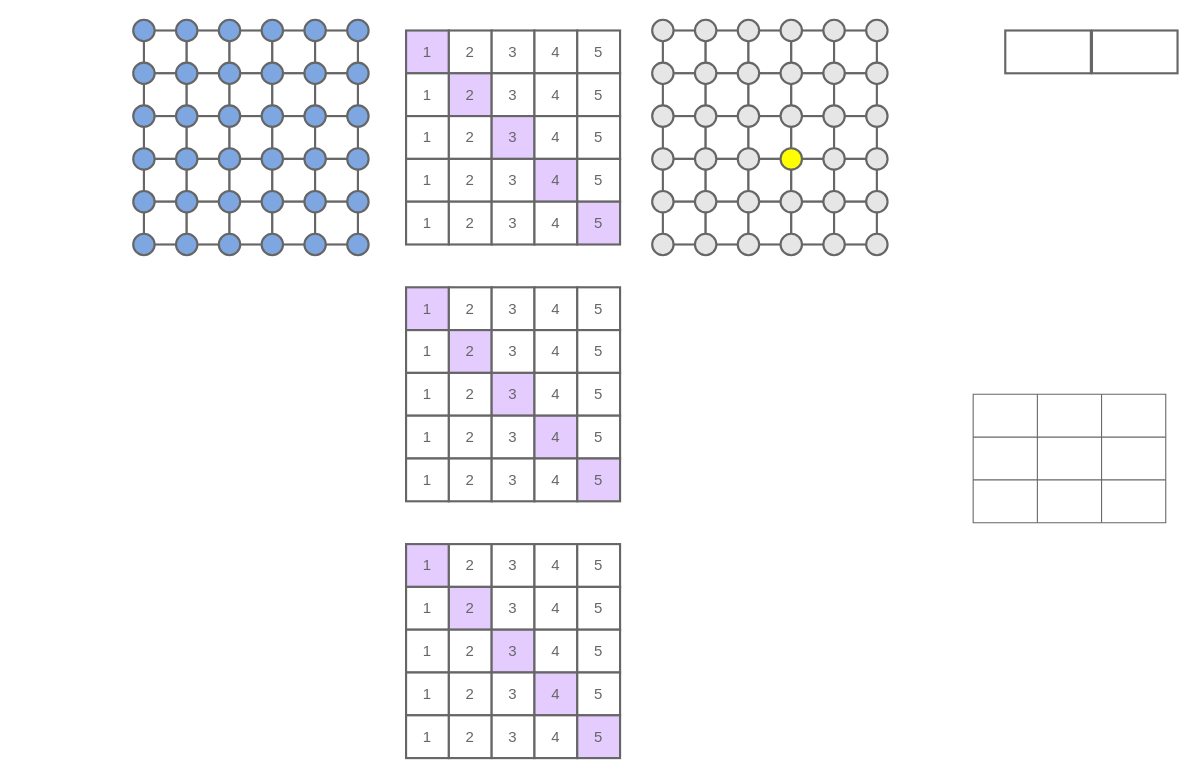
The draw.io diagram figures/repeated-cross-validation-scheme.drawio in gomesluiz/long-lived-bug-bert-based-prediction, before the edit. Source tidied: cells renumbered, new cells numbered last; positions are measured from the earlier drawing's top-left corner, leaving out a move shared by most shapes. Both pictures are drawn from the tidied source at 107%, with x=0, y=0 at pixel (133, 19).
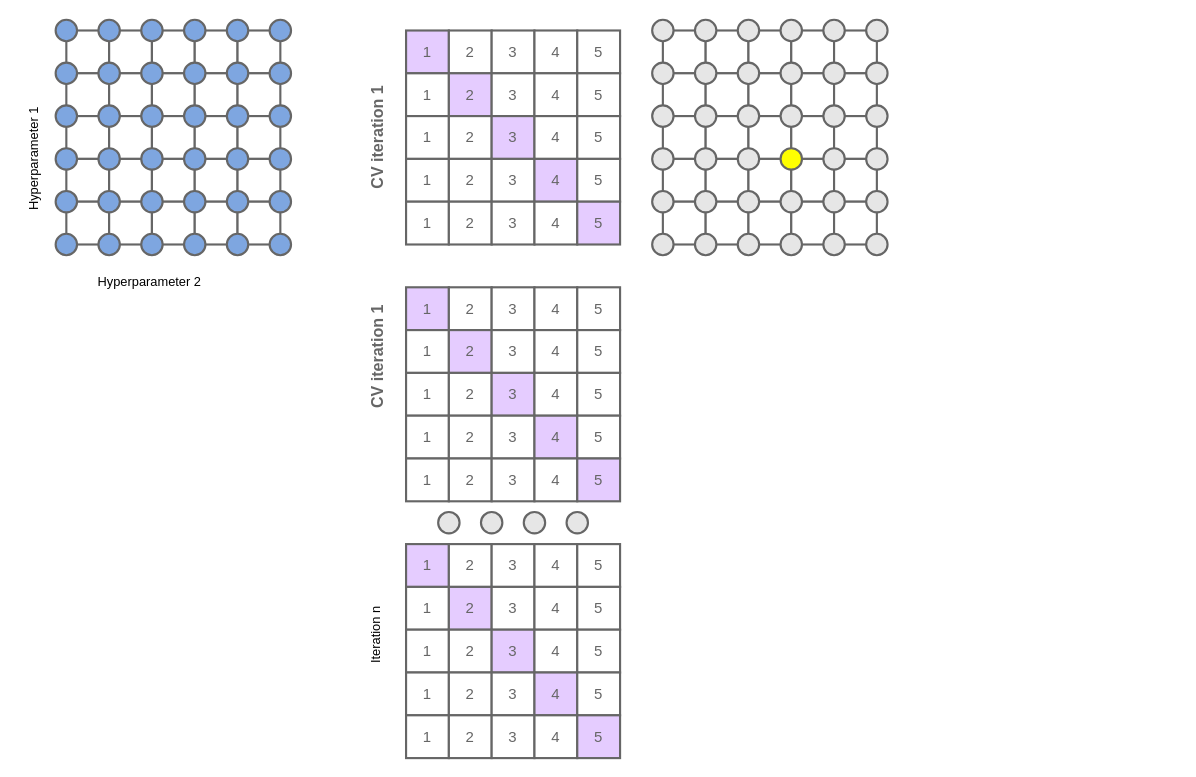
The same page after the edit.

Change to the diagram source:
```diff
@@
     <mxCell id="2" style="whiteSpace=wrap;html=1;strokeColor=#666666;strokeWidth=2;" parent="1" vertex="1">
-      <mxGeometry x="10" y="10" width="40" height="40" as="geometry" />
+      <mxGeometry x="-62.5" y="10" width="40" height="40" as="geometry" />
     </mxCell>
     <mxCell id="3" style="whiteSpace=wrap;html=1;strokeColor=#666666;strokeWidth=2;" parent="1" vertex="1">
-      <mxGeometry x="50" y="10" width="40" height="40" as="geometry" />
+      <mxGeometry x="-22.5" y="10" width="40" height="40" as="geometry" />
     </mxCell>
     <mxCell id="4" style="whiteSpace=wrap;html=1;strokeColor=#666666;strokeWidth=2;" parent="1" vertex="1">
-      <mxGeometry x="90" y="10" width="40" height="40" as="geometry" />
+      <mxGeometry x="17.5" y="10" width="40" height="40" as="geometry" />
     </mxCell>
     <mxCell id="5" style="whiteSpace=wrap;html=1;strokeColor=#666666;strokeWidth=2;" parent="1" vertex="1">
-      <mxGeometry x="130" y="10" width="40" height="40" as="geometry" />
+      <mxGeometry x="57.5" y="10" width="40" height="40" as="geometry" />
     </mxCell>
     <mxCell id="6" style="whiteSpace=wrap;html=1;strokeColor=#666666;strokeWidth=2;" parent="1" vertex="1">
-      <mxGeometry x="170" y="10" width="40" height="40" as="geometry" />
+      <mxGeometry x="97.5" y="10" width="40" height="40" as="geometry" />
     </mxCell>
     <mxCell id="7" style="whiteSpace=wrap;html=1;strokeColor=#666666;strokeWidth=2;" parent="1" vertex="1">
-      <mxGeometry x="10" y="50" width="40" height="40" as="geometry" />
+      <mxGeometry x="-62.5" y="50" width="40" height="40" as="geometry" />
     </mxCell>
     <mxCell id="8" style="whiteSpace=wrap;html=1;strokeColor=#666666;strokeWidth=2;" parent="1" vertex="1">
-      <mxGeometry x="50" y="50" width="40" height="40" as="geometry" />
+      <mxGeometry x="-22.5" y="50" width="40" height="40" as="geometry" />
     </mxCell>
     <mxCell id="9" style="whiteSpace=wrap;html=1;strokeColor=#666666;strokeWidth=2;" parent="1" vertex="1">
-      <mxGeometry x="90" y="50" width="40" height="40" as="geometry" />
+      <mxGeometry x="17.5" y="50" width="40" height="40" as="geometry" />
     </mxCell>
     <mxCell id="10" style="whiteSpace=wrap;html=1;strokeColor=#666666;strokeWidth=2;" parent="1" vertex="1">
-      <mxGeometry x="130" y="50" width="40" height="40" as="geometry" />
+      <mxGeometry x="57.5" y="50" width="40" height="40" as="geometry" />
     </mxCell>
     <mxCell id="11" style="whiteSpace=wrap;html=1;strokeColor=#666666;strokeWidth=2;" parent="1" vertex="1">
-      <mxGeometry x="170" y="50" width="40" height="40" as="geometry" />
+      <mxGeometry x="97.5" y="50" width="40" height="40" as="geometry" />
     </mxCell>
     <mxCell id="12" style="whiteSpace=wrap;html=1;strokeColor=#666666;strokeWidth=2;" parent="1" vertex="1">
-      <mxGeometry x="10" y="90" width="40" height="40" as="geometry" />
+      <mxGeometry x="-62.5" y="90" width="40" height="40" as="geometry" />
     </mxCell>
     <mxCell id="13" style="whiteSpace=wrap;html=1;strokeColor=#666666;strokeWidth=2;" parent="1" vertex="1">
-      <mxGeometry x="50" y="90" width="40" height="40" as="geometry" />
+      <mxGeometry x="-22.5" y="90" width="40" height="40" as="geometry" />
     </mxCell>
     <mxCell id="14" style="whiteSpace=wrap;html=1;strokeColor=#666666;strokeWidth=2;" parent="1" vertex="1">
-      <mxGeometry x="90" y="90" width="40" height="40" as="geometry" />
+      <mxGeometry x="17.5" y="90" width="40" height="40" as="geometry" />
     </mxCell>
     <mxCell id="15" style="whiteSpace=wrap;html=1;strokeColor=#666666;strokeWidth=2;" parent="1" vertex="1">
-      <mxGeometry x="130" y="90" width="40" height="40" as="geometry" />
+      <mxGeometry x="57.5" y="90" width="40" height="40" as="geometry" />
     </mxCell>
     <mxCell id="16" style="whiteSpace=wrap;html=1;strokeColor=#666666;strokeWidth=2;" parent="1" vertex="1">
-      <mxGeometry x="170" y="90" width="40" height="40" as="geometry" />
+      <mxGeometry x="97.5" y="90" width="40" height="40" as="geometry" />
     </mxCell>
     <mxCell id="17" style="whiteSpace=wrap;html=1;strokeColor=#666666;strokeWidth=2;" parent="1" vertex="1">
-      <mxGeometry x="10" y="130" width="40" height="40" as="geometry" />
+      <mxGeometry x="-62.5" y="130" width="40" height="40" as="geometry" />
     </mxCell>
     <mxCell id="18" style="whiteSpace=wrap;html=1;strokeColor=#666666;strokeWidth=2;" parent="1" vertex="1">
-      <mxGeometry x="50" y="130" width="40" height="40" as="geometry" />
+      <mxGeometry x="-22.5" y="130" width="40" height="40" as="geometry" />
     </mxCell>
     <mxCell id="19" style="whiteSpace=wrap;html=1;strokeColor=#666666;strokeWidth=2;" parent="1" vertex="1">
-      <mxGeometry x="90" y="130" width="40" height="40" as="geometry" />
+      <mxGeometry x="17.5" y="130" width="40" height="40" as="geometry" />
     </mxCell>
     <mxCell id="20" style="whiteSpace=wrap;html=1;strokeColor=#666666;strokeWidth=2;" parent="1" vertex="1">
-      <mxGeometry x="130" y="130" width="40" height="40" as="geometry" />
+      <mxGeometry x="57.5" y="130" width="40" height="40" as="geometry" />
     </mxCell>
     <mxCell id="21" style="whiteSpace=wrap;html=1;strokeColor=#666666;strokeWidth=2;" parent="1" vertex="1">
-      <mxGeometry x="170" y="130" width="40" height="40" as="geometry" />
+      <mxGeometry x="97.5" y="130" width="40" height="40" as="geometry" />
     </mxCell>
     <mxCell id="22" style="whiteSpace=wrap;html=1;strokeColor=#666666;strokeWidth=2;" parent="1" vertex="1">
-      <mxGeometry x="10" y="170" width="40" height="40" as="geometry" />
+      <mxGeometry x="-62.5" y="170" width="40" height="40" as="geometry" />
     </mxCell>
     <mxCell id="23" style="whiteSpace=wrap;html=1;strokeColor=#666666;strokeWidth=2;" parent="1" vertex="1">
-      <mxGeometry x="50" y="170" width="40" height="40" as="geometry" />
+      <mxGeometry x="-22.5" y="170" width="40" height="40" as="geometry" />
     </mxCell>
     <mxCell id="24" style="whiteSpace=wrap;html=1;strokeColor=#666666;strokeWidth=2;" parent="1" vertex="1">
-      <mxGeometry x="90" y="170" width="40" height="40" as="geometry" />
+      <mxGeometry x="17.5" y="170" width="40" height="40" as="geometry" />
     </mxCell>
     <mxCell id="25" style="whiteSpace=wrap;html=1;strokeColor=#666666;strokeWidth=2;" parent="1" vertex="1">
-      <mxGeometry x="130" y="170" width="40" height="40" as="geometry" />
+      <mxGeometry x="57.5" y="170" width="40" height="40" as="geometry" />
     </mxCell>
     <mxCell id="26" style="whiteSpace=wrap;html=1;strokeColor=#666666;strokeWidth=2;" parent="1" vertex="1">
-      <mxGeometry x="170" y="170" width="40" height="40" as="geometry" />
+      <mxGeometry x="97.5" y="170" width="40" height="40" as="geometry" />
     </mxCell>
     <mxCell id="27" style="ellipse;whiteSpace=wrap;html=1;strokeColor=#666666;fillColor=#7EA6E0;strokeWidth=2;" parent="1" vertex="1">
-      <mxGeometry x="40" y="40" width="20" height="20" as="geometry" />
+      <mxGeometry x="-32.5" y="40" width="20" height="20" as="geometry" />
     </mxCell>
     <mxCell id="28" style="ellipse;whiteSpace=wrap;html=1;strokeColor=#666666;fillColor=#7EA6E0;strokeWidth=2;" parent="1" vertex="1">
-      <mxGeometry x="80" y="40" width="20" height="20" as="geometry" />
+      <mxGeometry x="7.5" y="40" width="20" height="20" as="geometry" />
     </mxCell>
     <mxCell id="29" style="ellipse;whiteSpace=wrap;html=1;strokeColor=#666666;fillColor=#7EA6E0;strokeWidth=2;" parent="1" vertex="1">
-      <mxGeometry x="120" y="40" width="20" height="20" as="geometry" />
+      <mxGeometry x="47.5" y="40" width="20" height="20" as="geometry" />
     </mxCell>
     <mxCell id="30" style="ellipse;whiteSpace=wrap;html=1;strokeColor=#666666;fillColor=#7EA6E0;strokeWidth=2;" parent="1" vertex="1">
-      <mxGeometry x="160" y="40" width="20" height="20" as="geometry" />
+      <mxGeometry x="87.5" y="40" width="20" height="20" as="geometry" />
     </mxCell>
     <mxCell id="31" style="ellipse;whiteSpace=wrap;html=1;strokeColor=#666666;fillColor=#7EA6E0;strokeWidth=2;" parent="1" vertex="1">
-      <mxGeometry x="200" y="40" width="20" height="20" as="geometry" />
+      <mxGeometry x="127.5" y="40" width="20" height="20" as="geometry" />
     </mxCell>
     <mxCell id="32" style="ellipse;whiteSpace=wrap;html=1;strokeColor=#666666;fillColor=#7EA6E0;strokeWidth=2;" parent="1" vertex="1">
-      <mxGeometry y="40" width="20" height="20" as="geometry" />
+      <mxGeometry x="-72.5" y="40" width="20" height="20" as="geometry" />
     </mxCell>
     <mxCell id="33" style="ellipse;whiteSpace=wrap;html=1;strokeColor=#666666;fillColor=#7EA6E0;strokeWidth=2;" parent="1" vertex="1">
-      <mxGeometry x="40" y="80" width="20" height="20" as="geometry" />
+      <mxGeometry x="-32.5" y="80" width="20" height="20" as="geometry" />
     </mxCell>
     <mxCell id="34" style="ellipse;whiteSpace=wrap;html=1;strokeColor=#666666;fillColor=#7EA6E0;strokeWidth=2;" parent="1" vertex="1">
-      <mxGeometry x="80" y="80" width="20" height="20" as="geometry" />
+      <mxGeometry x="7.5" y="80" width="20" height="20" as="geometry" />
     </mxCell>
     <mxCell id="35" style="ellipse;whiteSpace=wrap;html=1;strokeColor=#666666;fillColor=#7EA6E0;strokeWidth=2;" parent="1" vertex="1">
-      <mxGeometry x="120" y="80" width="20" height="20" as="geometry" />
+      <mxGeometry x="47.5" y="80" width="20" height="20" as="geometry" />
     </mxCell>
     <mxCell id="36" style="ellipse;whiteSpace=wrap;html=1;strokeColor=#666666;fillColor=#7EA6E0;strokeWidth=2;" parent="1" vertex="1">
-      <mxGeometry x="160" y="80" width="20" height="20" as="geometry" />
+      <mxGeometry x="87.5" y="80" width="20" height="20" as="geometry" />
     </mxCell>
     <mxCell id="37" style="ellipse;whiteSpace=wrap;html=1;strokeColor=#666666;fillColor=#7EA6E0;strokeWidth=2;" parent="1" vertex="1">
-      <mxGeometry x="200" y="80" width="20" height="20" as="geometry" />
+      <mxGeometry x="127.5" y="80" width="20" height="20" as="geometry" />
     </mxCell>
     <mxCell id="38" style="ellipse;whiteSpace=wrap;html=1;strokeColor=#666666;fillColor=#7EA6E0;strokeWidth=2;" parent="1" vertex="1">
-      <mxGeometry y="80" width="20" height="20" as="geometry" />
+      <mxGeometry x="-72.5" y="80" width="20" height="20" as="geometry" />
     </mxCell>
     <mxCell id="39" style="ellipse;whiteSpace=wrap;html=1;strokeColor=#666666;fillColor=#7EA6E0;strokeWidth=2;" parent="1" vertex="1">
-      <mxGeometry x="40" y="120" width="20" height="20" as="geometry" />
+      <mxGeometry x="-32.5" y="120" width="20" height="20" as="geometry" />
     </mxCell>
     <mxCell id="40" style="ellipse;whiteSpace=wrap;html=1;strokeColor=#666666;fillColor=#7EA6E0;strokeWidth=2;" parent="1" vertex="1">
-      <mxGeometry x="80" y="120" width="20" height="20" as="geometry" />
+      <mxGeometry x="7.5" y="120" width="20" height="20" as="geometry" />
     </mxCell>
     <mxCell id="41" style="ellipse;whiteSpace=wrap;html=1;strokeColor=#666666;fillColor=#7EA6E0;strokeWidth=2;" parent="1" vertex="1">
-      <mxGeometry x="120" y="120" width="20" height="20" as="geometry" />
+      <mxGeometry x="47.5" y="120" width="20" height="20" as="geometry" />
     </mxCell>
     <mxCell id="42" style="ellipse;whiteSpace=wrap;html=1;strokeColor=#666666;fillColor=#7EA6E0;strokeWidth=2;" parent="1" vertex="1">
-      <mxGeometry x="160" y="120" width="20" height="20" as="geometry" />
+      <mxGeometry x="87.5" y="120" width="20" height="20" as="geometry" />
     </mxCell>
     <mxCell id="43" style="ellipse;whiteSpace=wrap;html=1;strokeColor=#666666;fillColor=#7EA6E0;strokeWidth=2;" parent="1" vertex="1">
-      <mxGeometry x="200" y="120" width="20" height="20" as="geometry" />
+      <mxGeometry x="127.5" y="120" width="20" height="20" as="geometry" />
     </mxCell>
     <mxCell id="44" style="ellipse;whiteSpace=wrap;html=1;strokeColor=#666666;fillColor=#7EA6E0;strokeWidth=2;" parent="1" vertex="1">
-      <mxGeometry y="120" width="20" height="20" as="geometry" />
+      <mxGeometry x="-72.5" y="120" width="20" height="20" as="geometry" />
     </mxCell>
     <mxCell id="45" style="ellipse;whiteSpace=wrap;html=1;strokeColor=#666666;fillColor=#7EA6E0;strokeWidth=2;" parent="1" vertex="1">
-      <mxGeometry x="40" y="160" width="20" height="20" as="geometry" />
+      <mxGeometry x="-32.5" y="160" width="20" height="20" as="geometry" />
     </mxCell>
     <mxCell id="46" style="ellipse;whiteSpace=wrap;html=1;strokeColor=#666666;fillColor=#7EA6E0;strokeWidth=2;" parent="1" vertex="1">
-      <mxGeometry x="80" y="160" width="20" height="20" as="geometry" />
+      <mxGeometry x="7.5" y="160" width="20" height="20" as="geometry" />
     </mxCell>
     <mxCell id="47" style="ellipse;whiteSpace=wrap;html=1;strokeColor=#666666;fillColor=#7EA6E0;strokeWidth=2;" parent="1" vertex="1">
-      <mxGeometry x="120" y="160" width="20" height="20" as="geometry" />
+      <mxGeometry x="47.5" y="160" width="20" height="20" as="geometry" />
     </mxCell>
     <mxCell id="48" style="ellipse;whiteSpace=wrap;html=1;strokeColor=#666666;fillColor=#7EA6E0;strokeWidth=2;" parent="1" vertex="1">
-      <mxGeometry x="160" y="160" width="20" height="20" as="geometry" />
+      <mxGeometry x="87.5" y="160" width="20" height="20" as="geometry" />
     </mxCell>
     <mxCell id="49" style="ellipse;whiteSpace=wrap;html=1;strokeColor=#666666;fillColor=#7EA6E0;strokeWidth=2;" parent="1" vertex="1">
-      <mxGeometry x="200" y="160" width="20" height="20" as="geometry" />
+      <mxGeometry x="127.5" y="160" width="20" height="20" as="geometry" />
     </mxCell>
     <mxCell id="50" style="ellipse;whiteSpace=wrap;html=1;strokeColor=#666666;fillColor=#7EA6E0;strokeWidth=2;" parent="1" vertex="1">
-      <mxGeometry y="160" width="20" height="20" as="geometry" />
+      <mxGeometry x="-72.5" y="160" width="20" height="20" as="geometry" />
     </mxCell>
     <mxCell id="51" style="ellipse;whiteSpace=wrap;html=1;strokeColor=#666666;fillColor=#7EA6E0;strokeWidth=2;" parent="1" vertex="1">
-      <mxGeometry x="40" y="200" width="20" height="20" as="geometry" />
+      <mxGeometry x="-32.5" y="200" width="20" height="20" as="geometry" />
     </mxCell>
     <mxCell id="52" style="ellipse;whiteSpace=wrap;html=1;strokeColor=#666666;fillColor=#7EA6E0;strokeWidth=2;" parent="1" vertex="1">
-      <mxGeometry x="80" y="200" width="20" height="20" as="geometry" />
+      <mxGeometry x="7.5" y="200" width="20" height="20" as="geometry" />
     </mxCell>
     <mxCell id="53" style="ellipse;whiteSpace=wrap;html=1;strokeColor=#666666;fillColor=#7EA6E0;strokeWidth=2;" parent="1" vertex="1">
-      <mxGeometry x="120" y="200" width="20" height="20" as="geometry" />
+      <mxGeometry x="47.5" y="200" width="20" height="20" as="geometry" />
     </mxCell>
     <mxCell id="54" style="ellipse;whiteSpace=wrap;html=1;strokeColor=#666666;fillColor=#7EA6E0;strokeWidth=2;" parent="1" vertex="1">
-      <mxGeometry x="160" y="200" width="20" height="20" as="geometry" />
+      <mxGeometry x="87.5" y="200" width="20" height="20" as="geometry" />
     </mxCell>
     <mxCell id="55" style="ellipse;whiteSpace=wrap;html=1;strokeColor=#666666;fillColor=#7EA6E0;strokeWidth=2;" parent="1" vertex="1">
-      <mxGeometry x="200" y="200" width="20" height="20" as="geometry" />
+      <mxGeometry x="127.5" y="200" width="20" height="20" as="geometry" />
     </mxCell>
     <mxCell id="56" style="ellipse;whiteSpace=wrap;html=1;strokeColor=#666666;fillColor=#7EA6E0;strokeWidth=2;" parent="1" vertex="1">
-      <mxGeometry y="200" width="20" height="20" as="geometry" />
+      <mxGeometry x="-72.5" y="200" width="20" height="20" as="geometry" />
     </mxCell>
     <mxCell id="57" style="ellipse;whiteSpace=wrap;html=1;strokeColor=#666666;fillColor=#7EA6E0;strokeWidth=2;" parent="1" vertex="1">
-      <mxGeometry x="40" width="20" height="20" as="geometry" />
+      <mxGeometry x="-32.5" width="20" height="20" as="geometry" />
     </mxCell>
     <mxCell id="58" style="ellipse;whiteSpace=wrap;html=1;strokeColor=#666666;fillColor=#7EA6E0;strokeWidth=2;" parent="1" vertex="1">
-      <mxGeometry x="80" width="20" height="20" as="geometry" />
+      <mxGeometry x="7.5" width="20" height="20" as="geometry" />
     </mxCell>
     <mxCell id="59" style="ellipse;whiteSpace=wrap;html=1;strokeColor=#666666;fillColor=#7EA6E0;strokeWidth=2;" parent="1" vertex="1">
-      <mxGeometry x="120" width="20" height="20" as="geometry" />
+      <mxGeometry x="47.5" width="20" height="20" as="geometry" />
     </mxCell>
     <mxCell id="60" style="ellipse;whiteSpace=wrap;html=1;strokeColor=#666666;fillColor=#7EA6E0;strokeWidth=2;" parent="1" vertex="1">
-      <mxGeometry x="160" width="20" height="20" as="geometry" />
+      <mxGeometry x="87.5" width="20" height="20" as="geometry" />
     </mxCell>
     <mxCell id="61" style="ellipse;whiteSpace=wrap;html=1;strokeColor=#666666;fillColor=#7EA6E0;strokeWidth=2;" parent="1" vertex="1">
-      <mxGeometry x="200" width="20" height="20" as="geometry" />
+      <mxGeometry x="127.5" width="20" height="20" as="geometry" />
     </mxCell>
     <mxCell id="62" style="ellipse;whiteSpace=wrap;html=1;strokeColor=#666666;fillColor=#7EA6E0;strokeWidth=2;" parent="1" vertex="1">
-      <mxGeometry width="20" height="20" as="geometry" />
+      <mxGeometry x="-72.5" width="20" height="20" as="geometry" />
     </mxCell>
@@
-    <mxCell id="199" style="shape=table;html=1;whiteSpace=wrap;startSize=0;childLayout=tableLayout;strokeColor=#666666;" parent="1" vertex="1">
-      <mxGeometry x="785" y="350" width="180" height="120" as="geometry" />
-    </mxCell>
-    <mxCell id="200" style="shape=tableRow;horizontal=0;startSize=0;swimlaneHead=0;swimlaneBody=0;top=0;left=0;bottom=0;right=0;fillColor=none;strokeColor=#666666;" parent="199" vertex="1">
-      <mxGeometry width="180" height="40" as="geometry" />
-    </mxCell>
-    <mxCell id="201" style="shape=partialRectangle;html=1;whiteSpace=wrap;fillColor=none;top=0;left=0;bottom=0;right=0;overflow=hidden;strokeColor=#666666;" parent="200" vertex="1">
-      <mxGeometry width="60" height="40" as="geometry" />
-    </mxCell>
-    <mxCell id="202" style="shape=partialRectangle;html=1;whiteSpace=wrap;fillColor=none;top=0;left=0;bottom=0;right=0;overflow=hidden;strokeColor=#666666;" parent="200" vertex="1">
-      <mxGeometry x="60" width="60" height="40" as="geometry" />
-    </mxCell>
-    <mxCell id="203" style="shape=partialRectangle;html=1;whiteSpace=wrap;fillColor=none;top=0;left=0;bottom=0;right=0;overflow=hidden;strokeColor=#666666;" parent="200" vertex="1">
-      <mxGeometry x="120" width="60" height="40" as="geometry" />
-    </mxCell>
-    <mxCell id="204" style="shape=tableRow;horizontal=0;startSize=0;swimlaneHead=0;swimlaneBody=0;top=0;left=0;bottom=0;right=0;fillColor=none;strokeColor=#666666;" parent="199" vertex="1">
-      <mxGeometry y="40" width="180" height="40" as="geometry" />
-    </mxCell>
-    <mxCell id="205" style="shape=partialRectangle;html=1;whiteSpace=wrap;fillColor=none;top=0;left=0;bottom=0;right=0;overflow=hidden;strokeColor=#666666;" parent="204" vertex="1">
-      <mxGeometry width="60" height="40" as="geometry" />
-    </mxCell>
-    <mxCell id="206" style="shape=partialRectangle;html=1;whiteSpace=wrap;fillColor=none;top=0;left=0;bottom=0;right=0;overflow=hidden;strokeColor=#666666;" parent="204" vertex="1">
-      <mxGeometry x="60" width="60" height="40" as="geometry" />
-    </mxCell>
-    <mxCell id="207" style="shape=partialRectangle;html=1;whiteSpace=wrap;fillColor=none;top=0;left=0;bottom=0;right=0;overflow=hidden;strokeColor=#666666;" parent="204" vertex="1">
-      <mxGeometry x="120" width="60" height="40" as="geometry" />
-    </mxCell>
-    <mxCell id="208" style="shape=tableRow;horizontal=0;startSize=0;swimlaneHead=0;swimlaneBody=0;top=0;left=0;bottom=0;right=0;fillColor=none;strokeColor=#666666;" parent="199" vertex="1">
-      <mxGeometry y="80" width="180" height="40" as="geometry" />
-    </mxCell>
-    <mxCell id="209" style="shape=partialRectangle;html=1;whiteSpace=wrap;fillColor=none;top=0;left=0;bottom=0;right=0;overflow=hidden;strokeColor=#666666;" parent="208" vertex="1">
-      <mxGeometry width="60" height="40" as="geometry" />
-    </mxCell>
-    <mxCell id="210" style="shape=partialRectangle;html=1;whiteSpace=wrap;fillColor=none;top=0;left=0;bottom=0;right=0;overflow=hidden;strokeColor=#666666;" parent="208" vertex="1">
-      <mxGeometry x="60" width="60" height="40" as="geometry" />
-    </mxCell>
-    <mxCell id="211" style="shape=partialRectangle;html=1;whiteSpace=wrap;fillColor=none;top=0;left=0;bottom=0;right=0;overflow=hidden;strokeColor=#666666;" parent="208" vertex="1">
-      <mxGeometry x="120" width="60" height="40" as="geometry" />
-    </mxCell>
-    <mxCell id="212" style="rounded=0;whiteSpace=wrap;html=1;strokeColor=#666666;strokeWidth=2;" parent="1" vertex="1">
-      <mxGeometry x="815" y="10" width="80" height="40" as="geometry" />
-    </mxCell>
-    <mxCell id="213" style="rounded=0;whiteSpace=wrap;html=1;strokeColor=#666666;strokeWidth=2;" parent="1" vertex="1">
-      <mxGeometry x="896" y="10" width="80" height="40" as="geometry" />
-    </mxCell>
+    <mxCell id="214" value="Hyperparameter 1" style="text;html=1;strokeColor=none;fillColor=none;align=center;verticalAlign=middle;whiteSpace=wrap;rounded=0;rotation=-90;" parent="1" vertex="1">
+      <mxGeometry x="-145" y="115" width="105" height="30" as="geometry" />
+    </mxCell>
+    <mxCell id="215" value="Hyperparameter 2" style="text;html=1;strokeColor=none;fillColor=none;align=center;verticalAlign=middle;whiteSpace=wrap;rounded=0;rotation=0;" parent="1" vertex="1">
+      <mxGeometry x="-37.5" y="230" width="105" height="30" as="geometry" />
+    </mxCell>
+    <mxCell id="216" value="CV iteration 1" style="text;html=1;strokeColor=none;fillColor=none;align=center;verticalAlign=middle;whiteSpace=wrap;rounded=0;rotation=-90;fontSize=15;fontColor=#666666;fontStyle=1;" parent="1" vertex="1">
+      <mxGeometry x="175" y="95" width="105" height="30" as="geometry" />
+    </mxCell>
+    <mxCell id="217" value="Iteration n" style="text;html=1;strokeColor=none;fillColor=none;align=center;verticalAlign=middle;whiteSpace=wrap;rounded=0;rotation=-90;" parent="1" vertex="1">
+      <mxGeometry x="175" y="560" width="105" height="30" as="geometry" />
+    </mxCell>
+    <mxCell id="218" style="ellipse;whiteSpace=wrap;html=1;strokeColor=#666666;fillColor=#E6E6E6;strokeWidth=2;" parent="1" vertex="1">
+      <mxGeometry x="285" y="460" width="20" height="20" as="geometry" />
+    </mxCell>
+    <mxCell id="219" style="ellipse;whiteSpace=wrap;html=1;strokeColor=#666666;fillColor=#E6E6E6;strokeWidth=2;" parent="1" vertex="1">
+      <mxGeometry x="325" y="460" width="20" height="20" as="geometry" />
+    </mxCell>
+    <mxCell id="220" style="ellipse;whiteSpace=wrap;html=1;strokeColor=#666666;fillColor=#E6E6E6;strokeWidth=2;" parent="1" vertex="1">
+      <mxGeometry x="365" y="460" width="20" height="20" as="geometry" />
+    </mxCell>
+    <mxCell id="221" style="ellipse;whiteSpace=wrap;html=1;strokeColor=#666666;fillColor=#E6E6E6;strokeWidth=2;" parent="1" vertex="1">
+      <mxGeometry x="405" y="460" width="20" height="20" as="geometry" />
+    </mxCell>
+    <mxCell id="222" value="CV iteration 1" style="text;html=1;strokeColor=none;fillColor=none;align=center;verticalAlign=middle;whiteSpace=wrap;rounded=0;rotation=-90;fontSize=15;fontColor=#666666;fontStyle=1;" parent="1" vertex="1">
+      <mxGeometry x="175" y="300" width="105" height="30" as="geometry" />
+    </mxCell>
```
